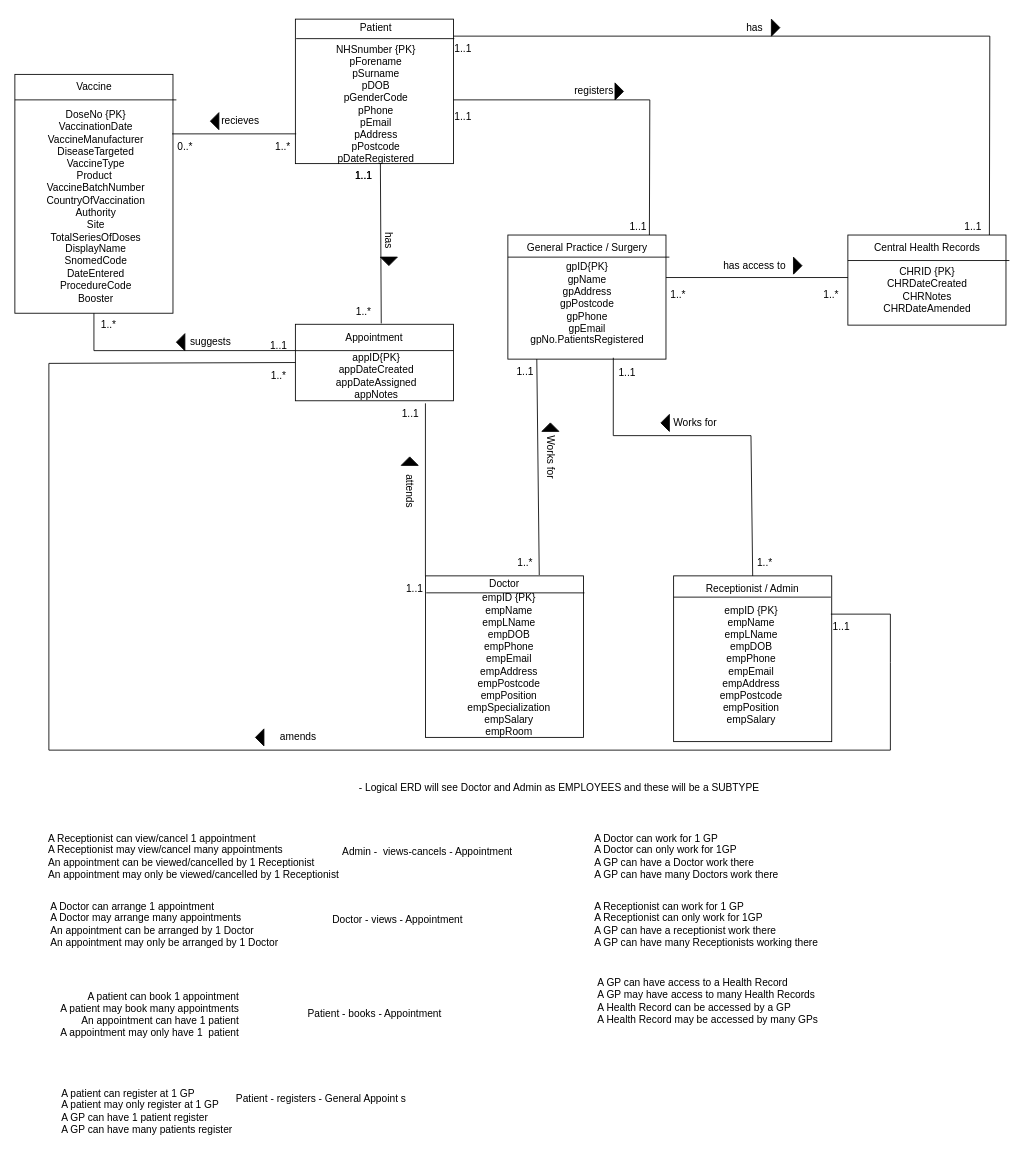
Earlier version of the draw.io diagram GroupE-GP-ERD-Conceptual.drawio (JManikiza/SoftwareDevelopment-Group-E-Project). Source tidied: cells renumbered, new cells numbered last; positions are measured from the earlier drawing's top-left corner, leaving out a move shared by most shapes. Both pictures are drawn from the tidied source at 85%, with x=0, y=0 at pixel (14, 14).
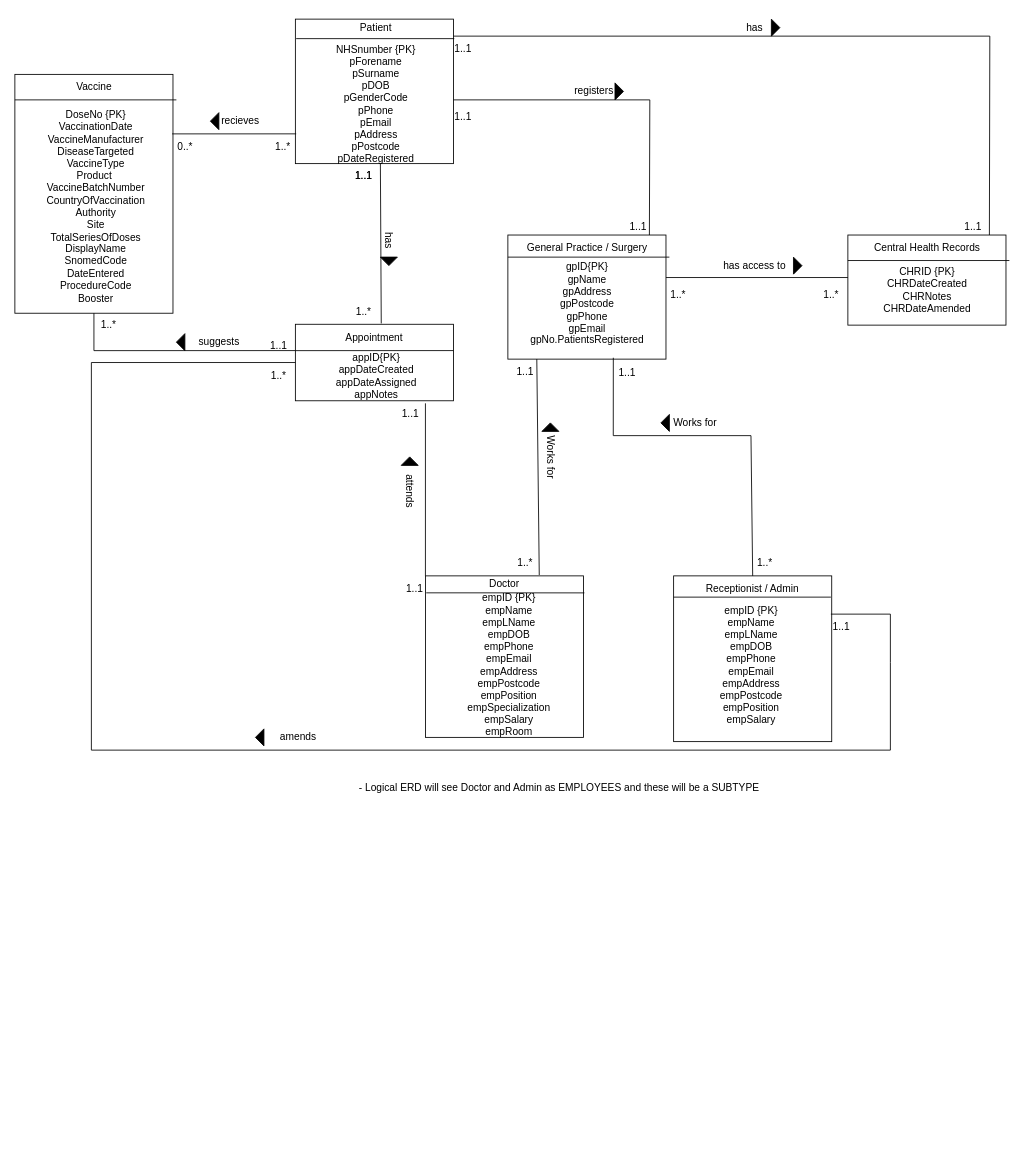
Above is the later version.

Commit message:
Cleaned up and reviewed

Unchanged cells that the change refers to:
```xml
<mxCell id="17" style="rounded=0;whiteSpace=wrap;html=1;" parent="1" vertex="1">
  <mxGeometry x="330" y="364" width="186" height="90" as="geometry" />
</mxCell>
<mxCell id="44" value="1..1" style="text;html=1;align=center;verticalAlign=middle;points=[];strokeColor=none;fillColor=none;" parent="1" vertex="1">
  <mxGeometry x="952" y="705" width="40" height="30" as="geometry" />
</mxCell>
```

The edit, as a diff of the source:
```diff
@@
-    <mxCell id="27" value="&lt;div align=&quot;left&quot;&gt;A patient can register at 1 GP&lt;br&gt;A patient may only register at 1 GP&lt;br&gt;A GP can have 1 patient register&lt;br&gt;A GP can have many patients register&lt;/div&gt;" style="text;html=1;align=left;verticalAlign=middle;strokeColor=none;fillColor=none;" parent="1" vertex="1">
-      <mxGeometry x="53" y="1255" width="230" height="70" as="geometry" />
-    </mxCell>
-    <mxCell id="28" value="&lt;div align=&quot;right&quot;&gt;A patient can book 1 appointment&lt;br&gt;A patient may book many appointments&lt;br&gt;An appointment can have 1 patient&lt;br&gt;A appointment may only have 1&amp;nbsp; patient&lt;/div&gt;" style="text;html=1;align=right;verticalAlign=middle;strokeColor=none;fillColor=none;" parent="1" vertex="1">
-      <mxGeometry x="25" y="1141" width="240" height="70" as="geometry" />
-    </mxCell>
-    <mxCell id="29" value="&lt;div align=&quot;justify&quot;&gt;A GP can have access to a Health Record&lt;br&gt;A GP may have access to many Health Records&lt;br&gt;A Health Record can be accessed by a GP&lt;br&gt;A Health Record may be accessed by many GPs&lt;/div&gt;" style="text;html=1;align=center;verticalAlign=middle;strokeColor=none;fillColor=none;" parent="1" vertex="1">
-      <mxGeometry x="670" y="1125" width="290" height="70" as="geometry" />
-    </mxCell>
@@
-    <mxCell id="39" value="&lt;div&gt;A Doctor can arrange 1 appointment&lt;br&gt;A Doctor may arrange many appointments&lt;br&gt;An appointment can be arranged by 1 Doctor&lt;br&gt;An appointment may only be arranged by 1 Doctor&lt;/div&gt;" style="text;html=1;align=left;verticalAlign=middle;strokeColor=none;fillColor=none;" parent="1" vertex="1">
-      <mxGeometry x="40" y="1035" width="290" height="70" as="geometry" />
-    </mxCell>
-    <mxCell id="40" value="&lt;div align=&quot;left&quot;&gt;A Doctor can work for 1 GP&lt;br&gt;A Doctor can only work for 1GP&lt;br&gt;A GP can have a Doctor work there&amp;nbsp;&amp;nbsp;&amp;nbsp;&amp;nbsp;&amp;nbsp;&amp;nbsp;&amp;nbsp;&amp;nbsp;&amp;nbsp; &lt;br&gt;A GP can have many Doctors work there&lt;/div&gt;" style="text;html=1;align=left;verticalAlign=middle;strokeColor=none;fillColor=none;" parent="1" vertex="1">
-      <mxGeometry x="680" y="955" width="240" height="70" as="geometry" />
-    </mxCell>
-    <mxCell id="41" value="&lt;div align=&quot;left&quot;&gt;A Receptionist can work for 1 GP&lt;br&gt;A Receptionist can only work for 1GP&lt;br&gt;A GP can have a receptionist work there&lt;br&gt;A GP can have many Receptionists working there&lt;/div&gt;" style="text;html=1;align=left;verticalAlign=middle;strokeColor=none;fillColor=none;" parent="1" vertex="1">
-      <mxGeometry x="680" y="1035" width="290" height="70" as="geometry" />
-    </mxCell>
     <mxCell id="42" style="endArrow=none;html=1;rounded=0;entryX=0;entryY=0.5;entryDx=0;entryDy=0;endFill=0;exitX=0.2;exitY=0;exitDx=0;exitDy=0;exitPerimeter=0;" parent="1" edge="1" source="44" target="17">
       <mxGeometry relative="1" as="geometry">
         <Array as="points">
           <mxPoint x="1030" y="705" />
           <mxPoint x="1030" y="762" />
           <mxPoint x="1030" y="865" />
-          <mxPoint x="40" y="865" />
-          <mxPoint x="40" y="410" />
+          <mxPoint x="90" y="865" />
+          <mxPoint x="90" y="409" />
         </Array>
       </mxGeometry>
     </mxCell>
@@
-    <mxCell id="46" value="&lt;div align=&quot;justify&quot;&gt;A Receptionist can view/cancel 1 appointment&lt;br&gt;A Receptionist may view/cancel many appointments&lt;br&gt;An appointment can be viewed/cancelled by 1 Receptionist&lt;br&gt;An appointment may only be viewed/cancelled by 1 Receptionist&lt;/div&gt;" style="text;html=1;align=center;verticalAlign=middle;strokeColor=none;fillColor=none;" parent="1" vertex="1">
-      <mxGeometry x="25" y="955" width="370" height="70" as="geometry" />
-    </mxCell>
@@
-    <mxCell id="76" value="Admin -&amp;nbsp; views-cancels - Appointment" style="text;html=1;align=center;verticalAlign=middle;strokeColor=none;fillColor=none;" parent="1" vertex="1">
-      <mxGeometry x="375" y="970" width="220" height="30" as="geometry" />
-    </mxCell>
-    <mxCell id="77" value="Doctor - views - Appointment" style="text;html=1;align=center;verticalAlign=middle;strokeColor=none;fillColor=none;" parent="1" vertex="1">
-      <mxGeometry x="360" y="1050" width="180" height="30" as="geometry" />
-    </mxCell>
-    <mxCell id="78" value="Patient - books - Appointment" style="text;html=1;align=center;verticalAlign=middle;strokeColor=none;fillColor=none;" parent="1" vertex="1">
-      <mxGeometry x="333" y="1161" width="180" height="30" as="geometry" />
-    </mxCell>
-    <mxCell id="79" value="Patient - registers - General Appoint s" style="text;html=1;align=center;verticalAlign=middle;strokeColor=none;fillColor=none;" parent="1" vertex="1">
-      <mxGeometry x="250" y="1260" width="220" height="30" as="geometry" />
-    </mxCell>
@@
     <mxCell id="87" value="suggests" style="text;html=1;align=center;verticalAlign=middle;strokeColor=none;fillColor=none;" parent="1" vertex="1">
-      <mxGeometry x="195" y="370" width="70" height="30" as="geometry" />
+      <mxGeometry x="200" y="370" width="80" height="30" as="geometry" />
     </mxCell>
```
